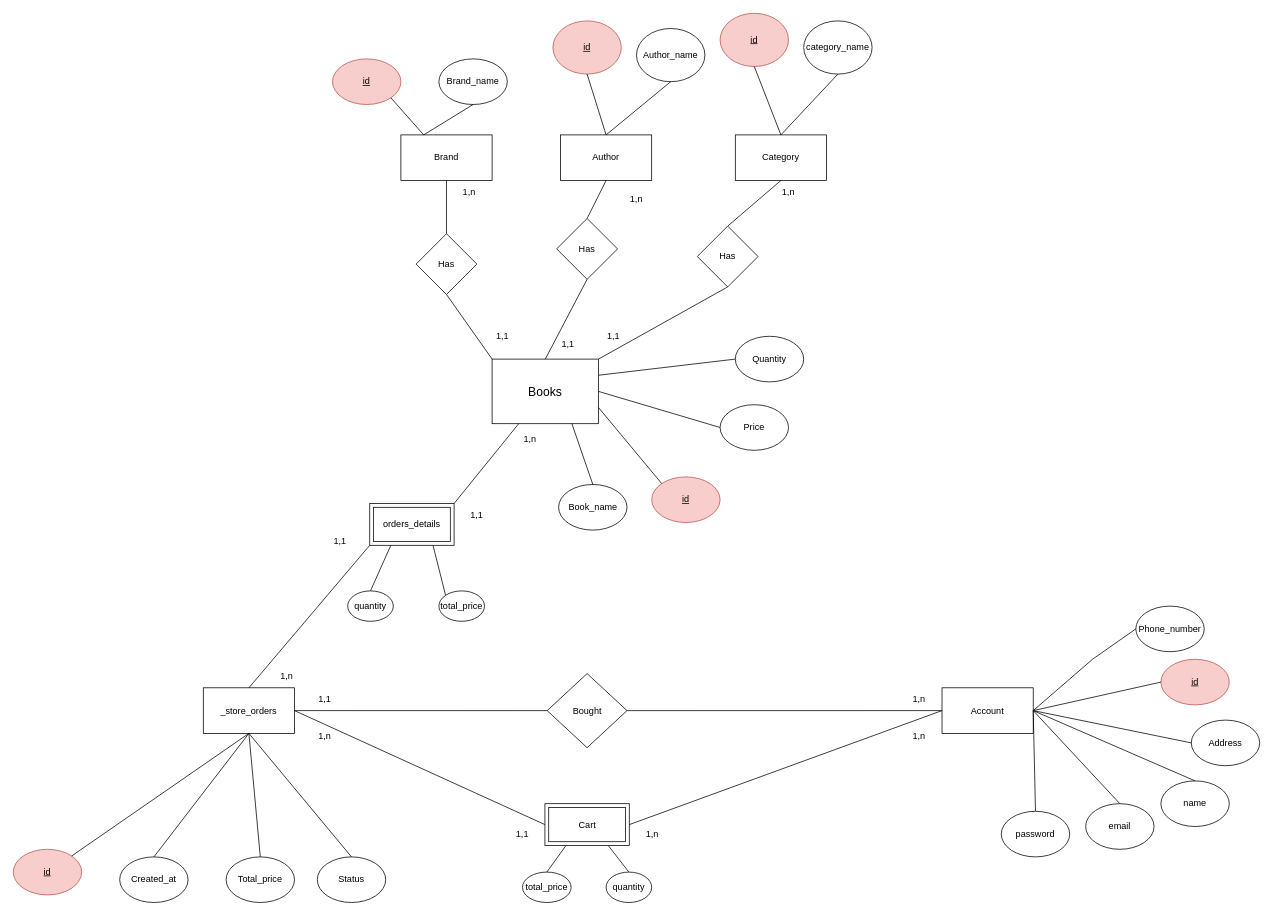
Earlier version of the draw.io diagram Bookprj.drawio (khanh8603/khanh8603). Source tidied: cells renumbered, new cells numbered last; positions are measured from the earlier drawing's top-left corner, leaving out a move shared by most shapes. Both pictures are drawn from the tidied source at 76%, with x=0, y=0 at pixel (13, 13).
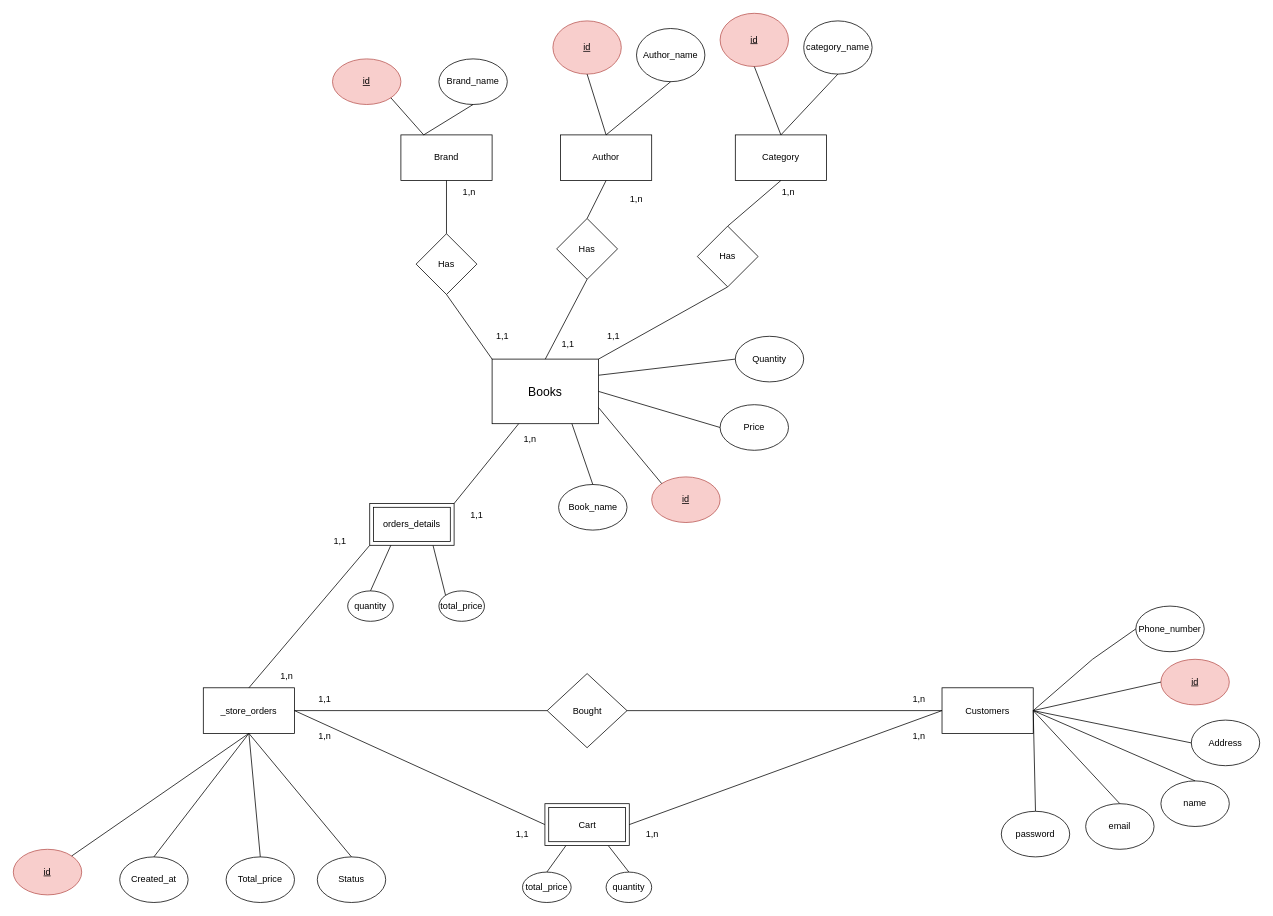
The same page after the edit.

Commit message:
Cập nhật Bookprj.drawio

What changed in the source:
```diff
@@
-    <mxCell id="5" value="Account" style="rounded=0;whiteSpace=wrap;html=1;" parent="1" vertex="1">
+    <mxCell id="5" value="Customers" style="rounded=0;whiteSpace=wrap;html=1;" parent="1" vertex="1">
       <mxGeometry x="1222" y="887.5" width="120" height="60" as="geometry" />
     </mxCell>
```
